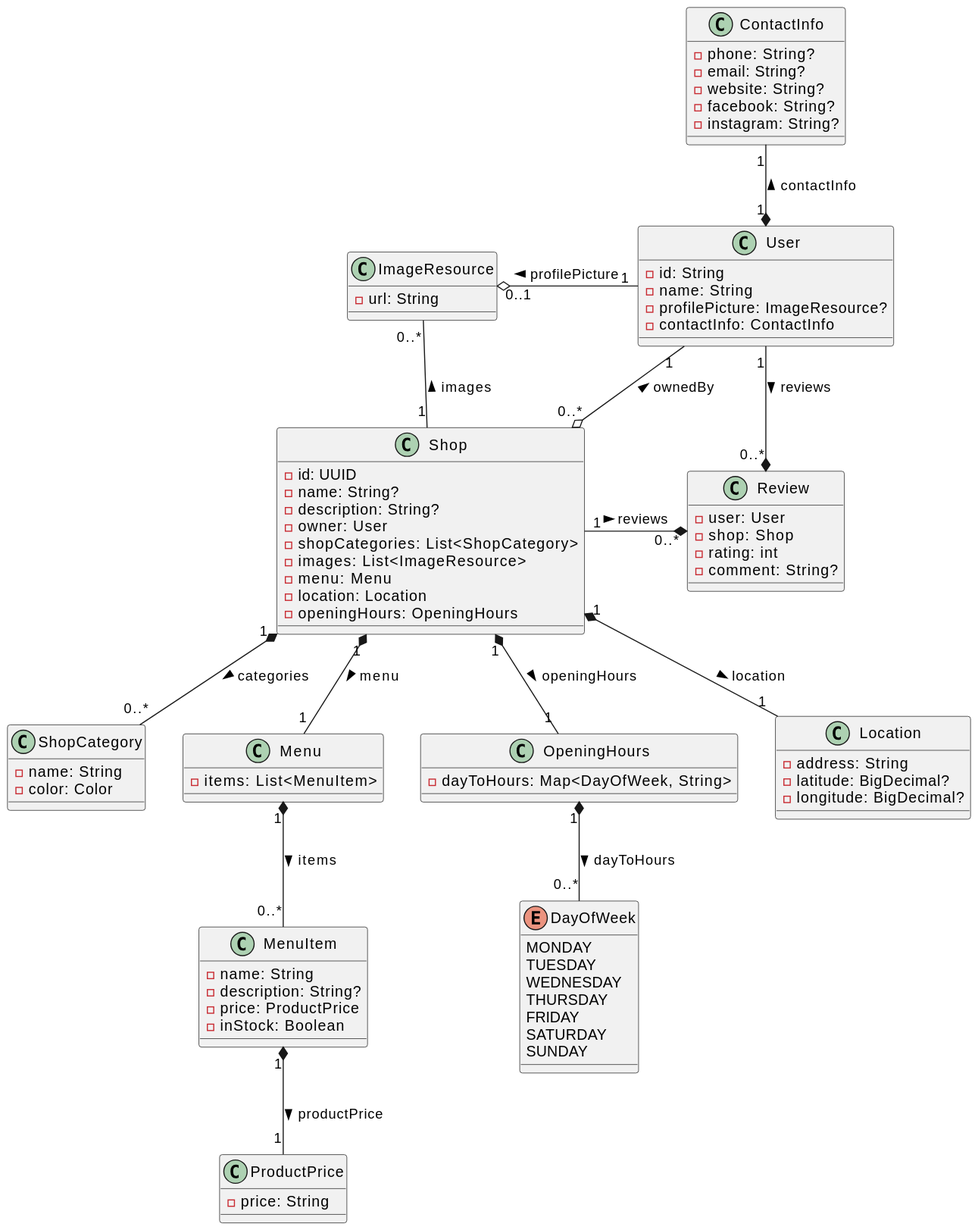
Before: docs/diagram-img/class_diagram.svg, a diagram exported from PlantUML (tondracek/my-farmer).
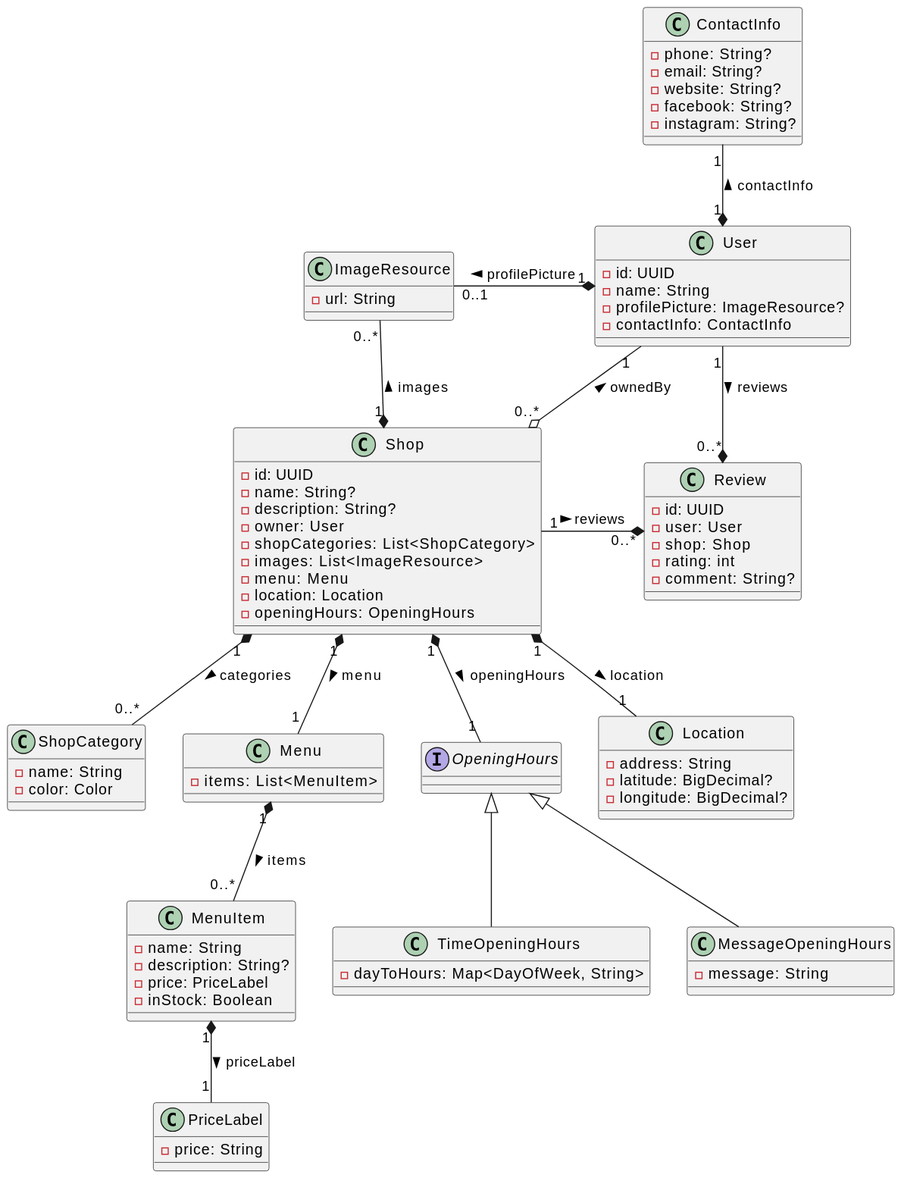
The same file after the commit.

Commit message:
🖼️ Auto-update UML diagrams

What changed in the source:
```diff
@@ -7,13 +7,13 @@
 
 
 class User {
-    - id: String
+    - id: UUID
     - name: String
     - profilePicture: ImageResource?
     - contactInfo: ContactInfo
 }
 
-User "1" -Lo "0..1" ImageResource : profilePicture >
+User "1" *-L "0..1" ImageResource : profilePicture >
 
 
 class ContactInfo {
@@ -41,7 +41,7 @@
 
 User "1" --o "0..*" Shop : ownedBy <
 
-Shop "1" -U- "0..*" ImageResource : images >
+Shop "1" *-U- "0..*" ImageResource : images >
 
 
 class ShopCategory {
@@ -59,35 +59,33 @@
 class MenuItem {
     - name: String
     - description: String?
-    - price: ProductPrice
+    - price: PriceLabel
     - inStock: Boolean
 }
 
-class ProductPrice {
+class PriceLabel {
     - price: String
 }
 
 Shop "1" *-- "1" Menu : menu >
 Menu "1" *-- "0..*" MenuItem : items >
-MenuItem "1" *-- "1" ProductPrice : productPrice >
+MenuItem "1" *-- "1" PriceLabel : priceLabel >
 
 
-class OpeningHours {
+interface OpeningHours
+
+class TimeOpeningHours {
     - dayToHours: Map<DayOfWeek, String>
 }
 
-enum DayOfWeek {
-    MONDAY
-    TUESDAY
-    WEDNESDAY
-    THURSDAY
-    FRIDAY
-    SATURDAY
-    SUNDAY
+class MessageOpeningHours {
+    - message: String
 }
 
+OpeningHours <|-- TimeOpeningHours
+OpeningHours <|-- MessageOpeningHours
+
 Shop "1" *-- "1" OpeningHours : openingHours >
-OpeningHours "1" *-- "0..*" DayOfWeek : dayToHours >
 
 
 class Location {
@@ -100,6 +98,7 @@
 
 
 class Review {
+    - id: UUID
     - user: User
     - shop: Shop
     - rating: int
```
